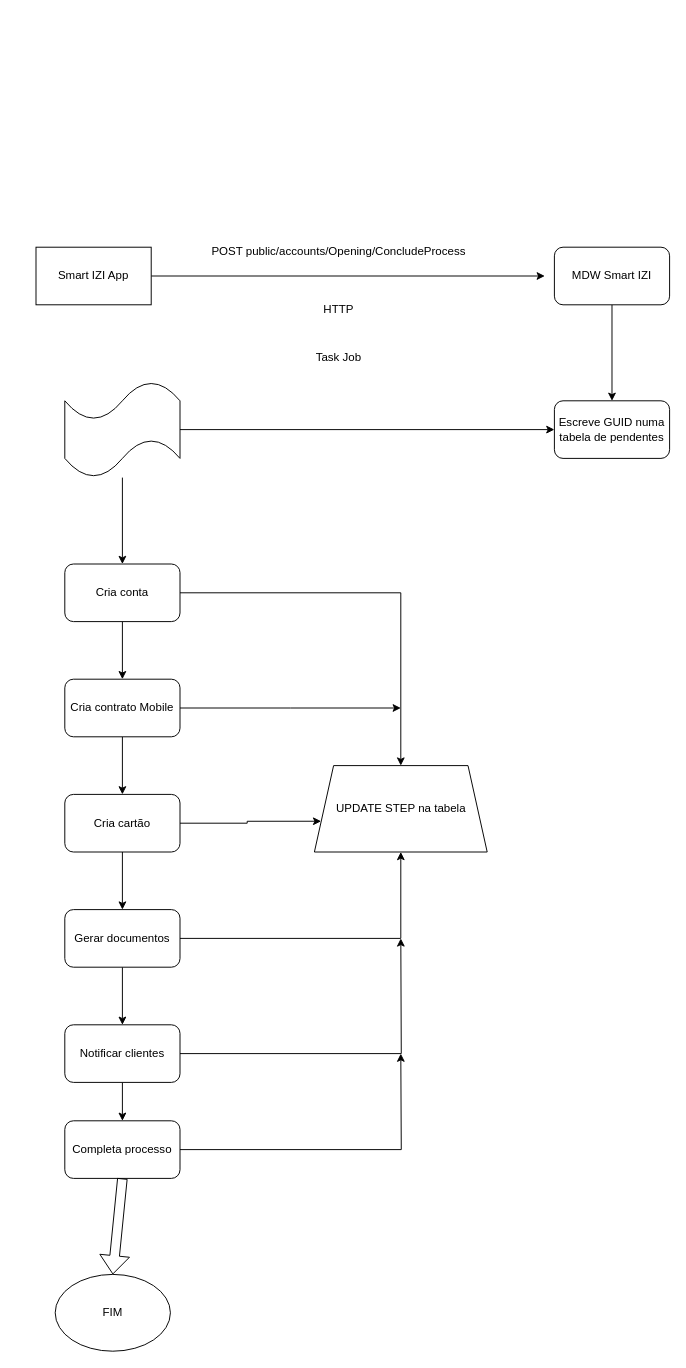
This is Arquitetura Worker ABC.drawio from anhaguilunguane/Drawio, a draw.io file, before an edit. Source tidied: cells renumbered, new cells numbered last; positions are measured from the earlier drawing's top-left corner, leaving out a move shared by most shapes. Both pictures are drawn from the tidied source at 96%, with x=0, y=0 at pixel (36, 237).
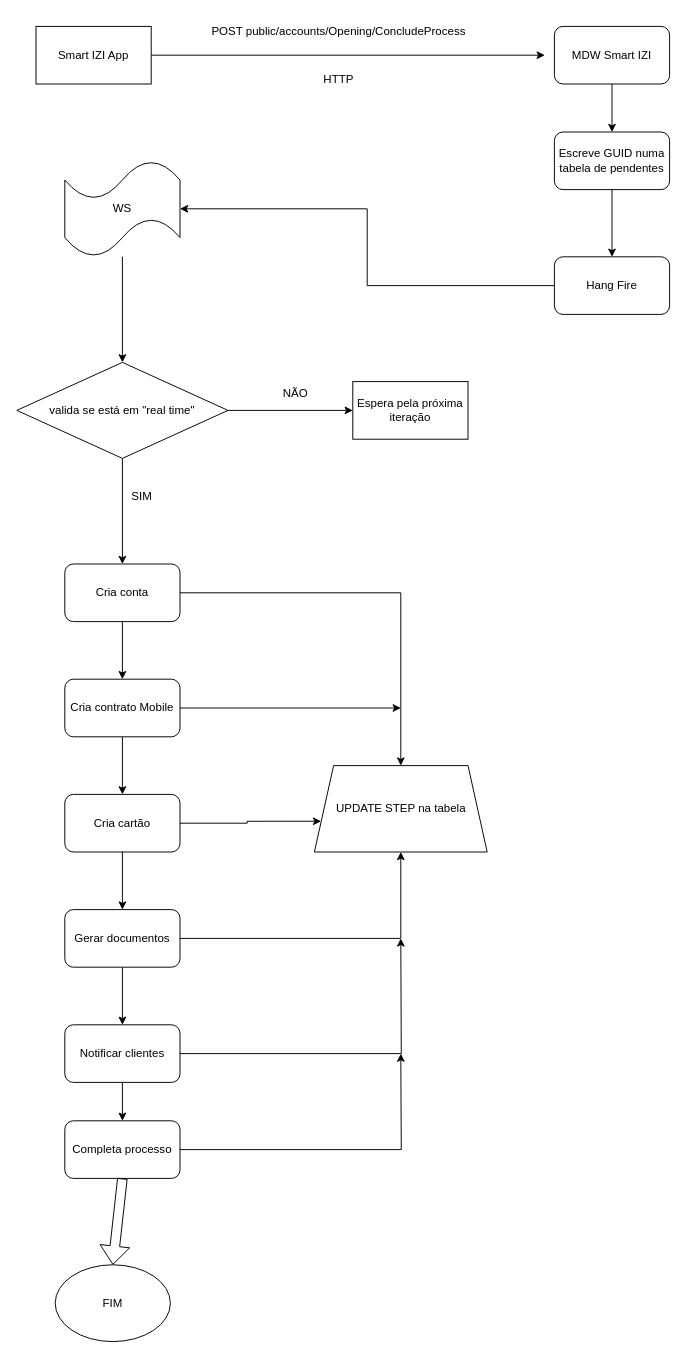
After the change.

The change refers to these unchanged cells:
```xml
<mxCell id="15" value="Cria conta" style="rounded=1;whiteSpace=wrap;html=1;" parent="1" vertex="1">
  <mxGeometry x="30" y="340" width="120" height="60" as="geometry" />
</mxCell>
```

Change to the diagram source:
```diff
@@
     <mxCell id="3" value="MDW Smart IZI" style="rounded=1;whiteSpace=wrap;html=1;" parent="1" vertex="1">
-      <mxGeometry x="540" y="10" width="120" height="60" as="geometry" />
+      <mxGeometry x="540" y="-220" width="120" height="60" as="geometry" />
     </mxCell>
     <mxCell id="4" style="edgeStyle=orthogonalEdgeStyle;rounded=0;jettySize=auto;html=1;" parent="1" edge="1" source="5">
       <mxGeometry relative="1" as="geometry">
-        <mxPoint x="530" y="40" as="targetPoint" />
+        <mxPoint x="530" y="-190" as="targetPoint" />
       </mxGeometry>
     </mxCell>
     <mxCell id="5" value="Smart IZI App" style="rounded=0;whiteSpace=wrap;html=1;" parent="1" vertex="1">
-      <mxGeometry y="10" width="120" height="60" as="geometry" />
+      <mxGeometry y="-220" width="120" height="60" as="geometry" />
     </mxCell>
     <mxCell id="6" value="POST public/accounts/Opening/ConcludeProcess" style="text;html=1;align=center;verticalAlign=middle;strokeColor=none;fillColor=none;" parent="1" vertex="1">
-      <mxGeometry x="170" width="290" height="30" as="geometry" />
+      <mxGeometry x="170" y="-230" width="290" height="30" as="geometry" />
     </mxCell>
+    <mxCell id="34" style="edgeStyle=orthogonalEdgeStyle;rounded=0;jettySize=auto;html=1;entryX=0.5;entryY=0;entryDx=0;entryDy=0;" parent="1" edge="1" source="7" target="41">
+      <mxGeometry relative="1" as="geometry" />
+    </mxCell>
     <mxCell id="7" value="Escreve GUID numa tabela de pendentes" style="rounded=1;whiteSpace=wrap;html=1;" parent="1" vertex="1">
-      <mxGeometry x="540" y="170" width="120" height="60" as="geometry" />
+      <mxGeometry x="540" y="-110" width="120" height="60" as="geometry" />
     </mxCell>
     <mxCell id="8" value="HTTP" style="text;html=1;align=center;verticalAlign=middle;strokeColor=none;fillColor=none;" parent="1" vertex="1">
-      <mxGeometry x="290" y="60" width="50" height="30" as="geometry" />
+      <mxGeometry x="290" y="-180" width="50" height="30" as="geometry" />
     </mxCell>
-    <mxCell id="9" style="edgeStyle=orthogonalEdgeStyle;rounded=0;jettySize=auto;html=1;entryX=0;entryY=0.5;entryDx=0;entryDy=0;" parent="1" edge="1" source="11" target="7">
-      <mxGeometry relative="1" as="geometry" />
-    </mxCell>
-    <mxCell id="10" style="edgeStyle=orthogonalEdgeStyle;rounded=0;jettySize=auto;html=1;entryX=0.5;entryY=0;entryDx=0;entryDy=0;" parent="1" edge="1" source="11" target="15">
+    <mxCell id="10" style="edgeStyle=orthogonalEdgeStyle;rounded=0;jettySize=auto;html=1;entryX=0.5;entryY=0;entryDx=0;entryDy=0;" parent="1" edge="1" source="11" target="37">
       <mxGeometry relative="1" as="geometry" />
     </mxCell>
-    <mxCell id="11" style="shape=tape;whiteSpace=wrap;html=1;" parent="1" vertex="1">
-      <mxGeometry x="30" y="150" width="120" height="100" as="geometry" />
+    <mxCell id="11" value="WS" style="shape=tape;whiteSpace=wrap;html=1;" parent="1" vertex="1">
+      <mxGeometry x="30" y="-80" width="120" height="100" as="geometry" />
     </mxCell>
-    <mxCell id="12" value="Task Job" style="text;html=1;align=center;verticalAlign=middle;strokeColor=none;fillColor=none;" parent="1" vertex="1">
-      <mxGeometry x="280" y="110" width="70" height="30" as="geometry" />
-    </mxCell>
@@
     <mxCell id="32" value="FIM" style="ellipse;whiteSpace=wrap;html=1;" parent="1" vertex="1">
-      <mxGeometry x="20" y="1080" width="120" height="80" as="geometry" />
+      <mxGeometry x="20" y="1070" width="120" height="80" as="geometry" />
     </mxCell>
@@
+    <mxCell id="35" style="edgeStyle=orthogonalEdgeStyle;rounded=0;jettySize=auto;html=1;entryX=0.5;entryY=0;entryDx=0;entryDy=0;" parent="1" edge="1" source="37" target="15">
+      <mxGeometry relative="1" as="geometry" />
+    </mxCell>
+    <mxCell id="36" style="edgeStyle=orthogonalEdgeStyle;rounded=0;jettySize=auto;html=1;" parent="1" edge="1" source="37" target="39">
+      <mxGeometry relative="1" as="geometry" />
+    </mxCell>
+    <mxCell id="37" value="valida se está em &quot;real time&quot;" style="rhombus;whiteSpace=wrap;html=1;" parent="1" vertex="1">
+      <mxGeometry x="-20" y="130" width="220" height="100" as="geometry" />
+    </mxCell>
+    <mxCell id="38" value="SIM" style="text;html=1;align=center;verticalAlign=middle;strokeColor=none;fillColor=none;" parent="1" vertex="1">
+      <mxGeometry x="90" y="255" width="40" height="30" as="geometry" />
+    </mxCell>
+    <mxCell id="39" value="Espera pela próxima iteração" style="whiteSpace=wrap;html=1;" parent="1" vertex="1">
+      <mxGeometry x="330" y="150" width="120" height="60" as="geometry" />
+    </mxCell>
+    <mxCell id="40" value="NÃO" style="text;html=1;align=center;verticalAlign=middle;strokeColor=none;fillColor=none;" parent="1" vertex="1">
+      <mxGeometry x="245" y="148" width="50" height="30" as="geometry" />
+    </mxCell>
+    <mxCell id="41" value="Hang Fire" style="rounded=1;whiteSpace=wrap;html=1;" parent="1" vertex="1">
+      <mxGeometry x="540" y="20" width="120" height="60" as="geometry" />
+    </mxCell>
+    <mxCell id="42" style="edgeStyle=orthogonalEdgeStyle;rounded=0;jettySize=auto;html=1;entryX=1;entryY=0.5;entryDx=0;entryDy=0;entryPerimeter=0;" parent="1" edge="1" source="41" target="11">
+      <mxGeometry relative="1" as="geometry" />
+    </mxCell>
```
